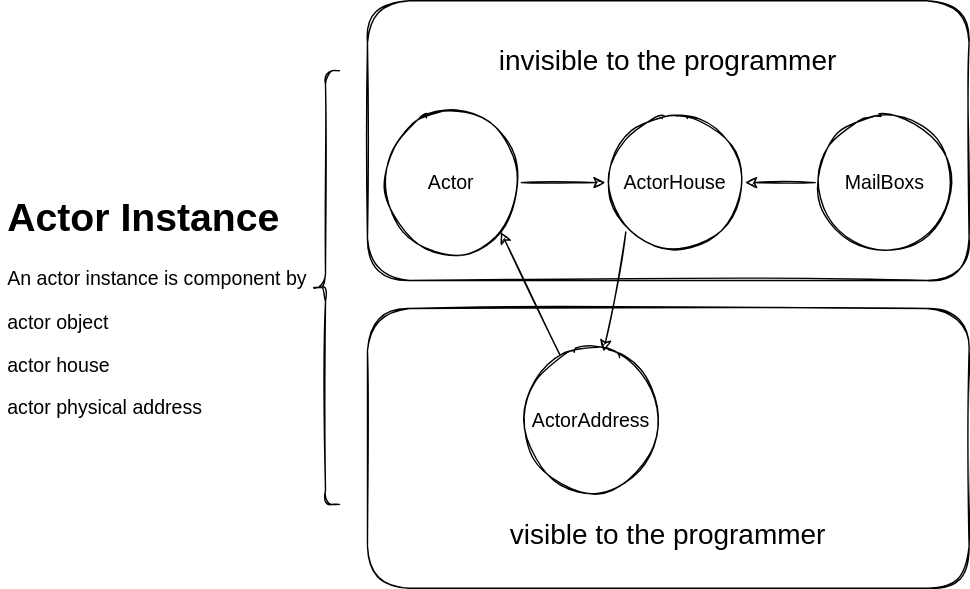
otavia-projects/otavia keeps this draw.io diagram as docs/_assets/images/actor_instance.drawio.svg. Above is the earlier version. Source tidied: cells renumbered, new cells last; positions are measured from the earlier drawing's top-left corner, leaving out a move shared by most shapes.
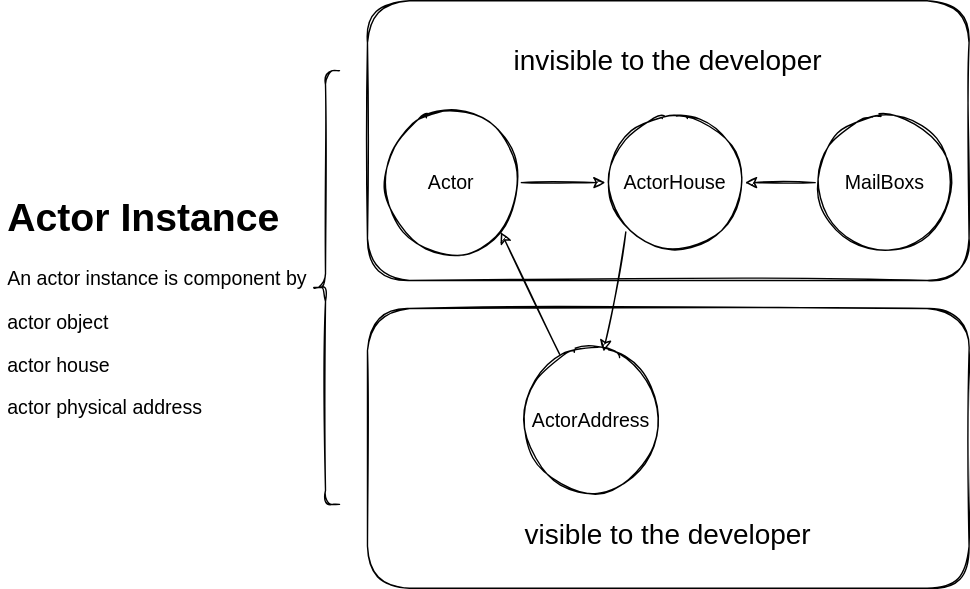
After the change.

The edit, as a diff of the source:
```diff
@@ -2,10 +2,10 @@
   <root>
     <mxCell id="0" />
     <mxCell id="1" parent="0" />
-    <mxCell id="2" value="&lt;br style=&quot;font-size: 20px;&quot;&gt;&lt;span style=&quot;font-size: 20px;&quot;&gt;visible to the programmer&lt;br&gt;&lt;br&gt;&lt;/span&gt;" style="rounded=1;whiteSpace=wrap;html=1;verticalAlign=bottom;align=center;sketch=1;" parent="1" vertex="1">
+    <mxCell id="2" value="&lt;br style=&quot;font-size: 20px;&quot;&gt;&lt;span style=&quot;font-size: 20px;&quot;&gt;visible to the developer&lt;br&gt;&lt;br&gt;&lt;/span&gt;" style="rounded=1;whiteSpace=wrap;html=1;verticalAlign=bottom;align=center;sketch=1;" parent="1" vertex="1">
       <mxGeometry x="262" y="220" width="430" height="200" as="geometry" />
     </mxCell>
-    <mxCell id="3" value="&lt;br&gt;invisible to the programmer" style="rounded=1;whiteSpace=wrap;html=1;verticalAlign=top;fontSize=20;sketch=1;" parent="1" vertex="1">
+    <mxCell id="3" value="&lt;br&gt;invisible to the developer" style="rounded=1;whiteSpace=wrap;html=1;verticalAlign=top;fontSize=20;sketch=1;" parent="1" vertex="1">
       <mxGeometry x="262" width="430" height="200" as="geometry" />
     </mxCell>
     <mxCell id="4" style="edgeStyle=none;rounded=0;jettySize=auto;html=1;sketch=1;" parent="1" edge="1" source="5" target="9">
```
